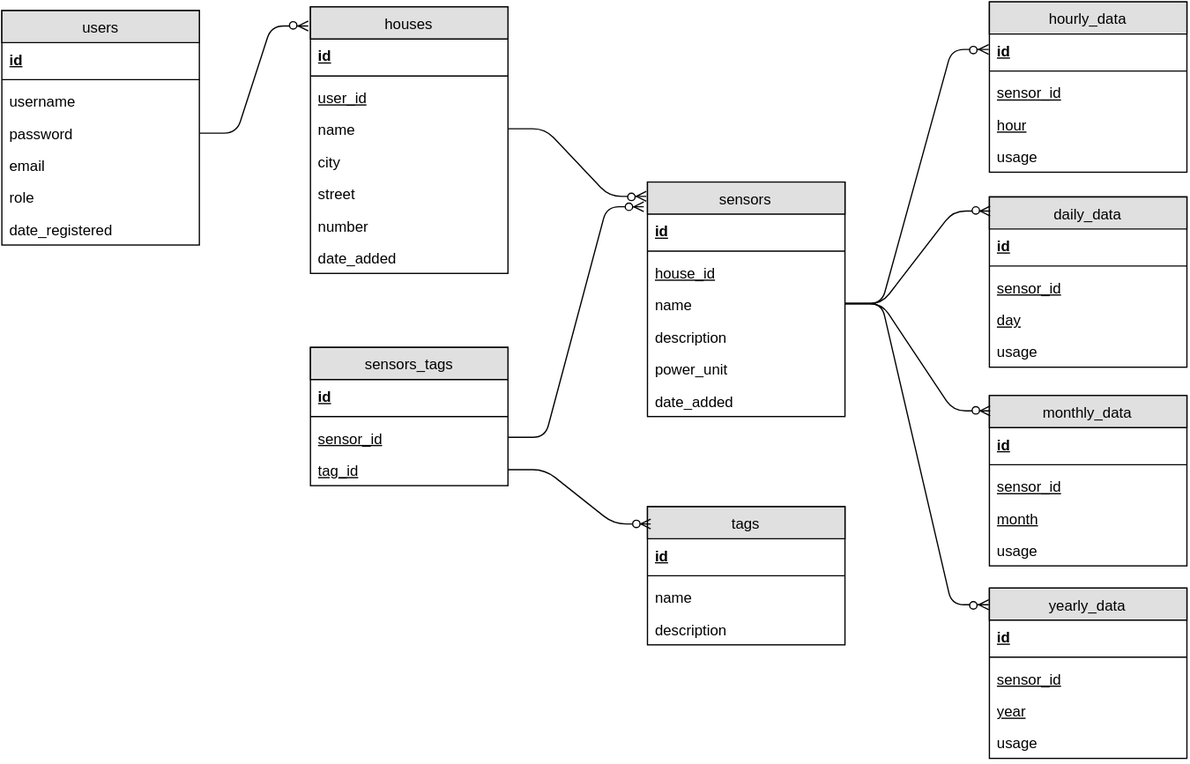
The draw.io diagram doc/erd/SmartHome_ERD.svg in Squarific/SmartHome, before a commit. Source tidied: cells renumbered, new cells last; positions are measured from the earlier drawing's top-left corner, leaving out a move shared by most shapes.
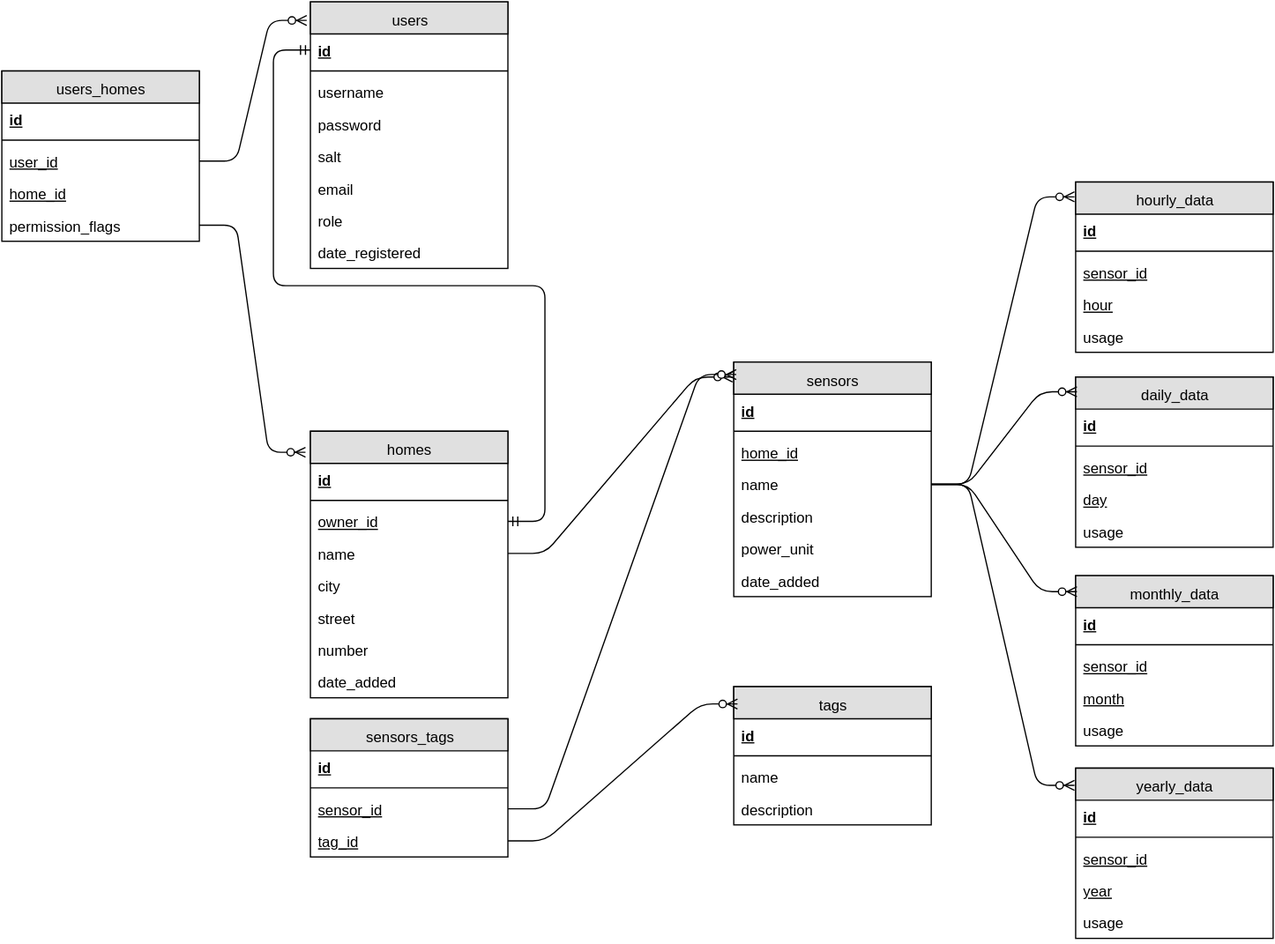
Above is the later version.

Diff of the diagram source:
```diff
@@ -3,7 +3,7 @@
     <mxCell id="0" />
     <mxCell id="1" parent="0" />
     <mxCell id="2" value="users" style="swimlane;html=1;fontStyle=0;horizontal=1;startSize=26;fillColor=#e0e0e0;swimlaneFillColor=#ffffff;" parent="1" vertex="1">
-      <mxGeometry y="7" width="160" height="190" as="geometry" />
+      <mxGeometry x="180" y="-146" width="160" height="216" as="geometry" />
     </mxCell>
     <mxCell id="3" value="id" style="text;html=1;strokeColor=none;fillColor=none;spacingLeft=4;spacingRight=4;whiteSpace=wrap;overflow=hidden;points=[[0,0.5],[1,0.5]];portConstraint=eastwest;fontStyle=5;" parent="2" vertex="1">
       <mxGeometry y="26" width="160" height="26" as="geometry" />
@@ -17,17 +17,20 @@
     <mxCell id="6" value="password" style="text;html=1;strokeColor=none;fillColor=none;spacingLeft=4;spacingRight=4;whiteSpace=wrap;overflow=hidden;points=[[0,0.5],[1,0.5]];portConstraint=eastwest;" parent="2" vertex="1">
       <mxGeometry y="86" width="160" height="26" as="geometry" />
     </mxCell>
+    <mxCell id="69" value="salt" style="text;html=1;strokeColor=none;fillColor=none;spacingLeft=4;spacingRight=4;whiteSpace=wrap;overflow=hidden;" parent="2" vertex="1">
+      <mxGeometry y="112" width="160" height="26" as="geometry" />
+    </mxCell>
     <mxCell id="7" value="email" style="text;html=1;strokeColor=none;fillColor=none;spacingLeft=4;spacingRight=4;whiteSpace=wrap;overflow=hidden;" parent="2" vertex="1">
-      <mxGeometry y="112" width="160" height="26" as="geometry" />
+      <mxGeometry y="138" width="160" height="26" as="geometry" />
     </mxCell>
     <mxCell id="8" value="role" style="text;html=1;strokeColor=none;fillColor=none;spacingLeft=4;spacingRight=4;whiteSpace=wrap;overflow=hidden;" parent="2" vertex="1">
-      <mxGeometry y="138" width="160" height="26" as="geometry" />
+      <mxGeometry y="164" width="160" height="26" as="geometry" />
     </mxCell>
     <mxCell id="9" value="&lt;span&gt;date_&lt;/span&gt;registered" style="text;html=1;strokeColor=none;fillColor=none;spacingLeft=4;spacingRight=4;whiteSpace=wrap;overflow=hidden;" parent="2" vertex="1">
-      <mxGeometry y="164" width="160" height="26" as="geometry" />
+      <mxGeometry y="190" width="160" height="26" as="geometry" />
     </mxCell>
-    <mxCell id="10" value="houses" style="swimlane;html=1;fontStyle=0;horizontal=1;startSize=26;fillColor=#e0e0e0;swimlaneFillColor=#ffffff;" parent="1" vertex="1">
-      <mxGeometry x="250" y="4" width="160" height="216" as="geometry" />
+    <mxCell id="10" value="homes" style="swimlane;html=1;fontStyle=0;horizontal=1;startSize=26;fillColor=#e0e0e0;swimlaneFillColor=#ffffff;" parent="1" vertex="1">
+      <mxGeometry x="180" y="202" width="160" height="216" as="geometry" />
     </mxCell>
     <mxCell id="11" value="id" style="text;html=1;strokeColor=none;fillColor=none;spacingLeft=4;spacingRight=4;whiteSpace=wrap;overflow=hidden;fontStyle=5;" parent="10" vertex="1">
       <mxGeometry y="26" width="160" height="26" as="geometry" />
@@ -35,9 +38,9 @@
     <mxCell id="12" style="line;html=1;strokeWidth=1;fillColor=none;align=left;verticalAlign=middle;spacingTop=-1;spacingLeft=3;spacingRight=3;labelPosition=right;" parent="10" vertex="1">
       <mxGeometry y="52" width="160" height="8" as="geometry" />
     </mxCell>
-    <mxCell id="13" value="user_id" style="text;html=1;strokeColor=none;fillColor=none;spacingLeft=4;spacingRight=4;whiteSpace=wrap;overflow=hidden;points=[[0,0.5],[1,0.5]];portConstraint=eastwest;fontStyle=4;" parent="10" vertex="1">
-      <mxGeometry y="60" width="160" height="26" as="geometry" />
-    </mxCell>
+    <mxCell id="70" value="owner_id" style="text;html=1;strokeColor=none;fillColor=none;spacingLeft=4;spacingRight=4;whiteSpace=wrap;overflow=hidden;points=[[0,0.5],[1,0.5]];portConstraint=eastwest;fontStyle=4;" parent="10" vertex="1">
+      <mxGeometry y="60" width="160" height="26" as="geometry" />
+    </mxCell>
     <mxCell id="14" value="name" style="text;html=1;strokeColor=none;fillColor=none;spacingLeft=4;spacingRight=4;whiteSpace=wrap;overflow=hidden;points=[[0,0.5],[1,0.5]];portConstraint=eastwest;" parent="10" vertex="1">
       <mxGeometry y="86" width="160" height="26" as="geometry" />
     </mxCell>
@@ -62,7 +65,7 @@
     <mxCell id="21" style="line;html=1;strokeWidth=1;fillColor=none;align=left;verticalAlign=middle;spacingTop=-1;spacingLeft=3;spacingRight=3;labelPosition=right;" parent="19" vertex="1">
       <mxGeometry y="52" width="160" height="8" as="geometry" />
     </mxCell>
-    <mxCell id="22" value="house_id" style="text;html=1;strokeColor=none;fillColor=none;spacingLeft=4;spacingRight=4;whiteSpace=wrap;overflow=hidden;fontStyle=4;" parent="19" vertex="1">
+    <mxCell id="22" value="home_id" style="text;html=1;strokeColor=none;fillColor=none;spacingLeft=4;spacingRight=4;whiteSpace=wrap;overflow=hidden;fontStyle=4;" parent="19" vertex="1">
       <mxGeometry y="60" width="160" height="26" as="geometry" />
     </mxCell>
     <mxCell id="23" value="name" style="text;html=1;strokeColor=none;fillColor=none;spacingLeft=4;spacingRight=4;whiteSpace=wrap;overflow=hidden;points=[[0,0.5],[1,0.5]];portConstraint=eastwest;" parent="19" vertex="1">
@@ -149,14 +152,13 @@
     <mxCell id="50" value="usage" style="text;html=1;strokeColor=none;fillColor=none;spacingLeft=4;spacingRight=4;whiteSpace=wrap;overflow=hidden;" parent="45" vertex="1">
       <mxGeometry y="112" width="160" height="26" as="geometry" />
     </mxCell>
-    <mxCell id="51" style="edgeStyle=entityRelationEdgeStyle;html=1;endArrow=ERzeroToMany;endFill=1;exitX=1;exitY=0.5;entryX=0;entryY=0.5;" parent="1" edge="1" source="23" target="46">
+    <mxCell id="51" style="edgeStyle=entityRelationEdgeStyle;html=1;endArrow=ERzeroToMany;endFill=1;exitX=1;exitY=0.5;entryX=-0.006;entryY=0.087;entryPerimeter=0;" parent="1" edge="1" source="23" target="45">
       <mxGeometry relative="1" as="geometry" />
     </mxCell>
-    <mxCell id="52" style="edgeStyle=entityRelationEdgeStyle;html=1;endArrow=ERzeroToMany;endFill=1;exitX=1;exitY=0.5;entryX=-0.012;entryY=0.069;entryPerimeter=0;" parent="1" edge="1" source="6" target="10">
-      <mxGeometry relative="1" as="geometry" />
-    </mxCell>
-    <mxCell id="53" style="edgeStyle=entityRelationEdgeStyle;html=1;endArrow=ERzeroToMany;endFill=1;exitX=1;exitY=0.5;entryX=-0.006;entryY=0.063;entryPerimeter=0;" parent="1" edge="1" source="14" target="19">
-      <mxGeometry relative="1" as="geometry" />
+    <mxCell id="53" style="edgeStyle=entityRelationEdgeStyle;html=1;endArrow=ERzeroToMany;endFill=1;exitX=1;exitY=0.5;" parent="1" edge="1" source="14">
+      <mxGeometry relative="1" as="geometry">
+        <mxPoint x="522" y="158" as="targetPoint" />
+      </mxGeometry>
     </mxCell>
     <mxCell id="54" style="edgeStyle=entityRelationEdgeStyle;html=1;endArrow=ERzeroToMany;endFill=1;exitX=1;exitY=0.5;entryX=-0.006;entryY=0.101;entryPerimeter=0;" parent="1" edge="1" source="23" target="27">
       <mxGeometry relative="1" as="geometry" />
@@ -183,7 +185,7 @@
       <mxGeometry y="86" width="160" height="26" as="geometry" />
     </mxCell>
     <mxCell id="62" value="&lt;div&gt;&lt;span style=&quot;line-height: 1.2&quot;&gt;sensors_tags&lt;/span&gt;&lt;br&gt;&lt;/div&gt;" style="swimlane;html=1;fontStyle=0;horizontal=1;startSize=26;fillColor=#e0e0e0;swimlaneFillColor=#ffffff;" parent="1" vertex="1">
-      <mxGeometry x="250" y="280" width="160" height="112" as="geometry" />
+      <mxGeometry x="180" y="435" width="160" height="112" as="geometry" />
     </mxCell>
     <mxCell id="63" value="id" style="text;html=1;strokeColor=none;fillColor=none;spacingLeft=4;spacingRight=4;whiteSpace=wrap;overflow=hidden;fontStyle=5;" parent="62" vertex="1">
       <mxGeometry y="26" width="160" height="26" as="geometry" />
@@ -200,10 +202,35 @@
     <mxCell id="67" style="edgeStyle=entityRelationEdgeStyle;html=1;endArrow=ERzeroToMany;endFill=1;entryX=0.019;entryY=0.125;entryPerimeter=0;exitX=1;exitY=0.5;" parent="1" edge="1" source="66" target="57">
       <mxGeometry relative="1" as="geometry" />
     </mxCell>
-    <mxCell id="68" style="edgeStyle=entityRelationEdgeStyle;html=1;endArrow=ERzeroToMany;endFill=1;exitX=1;exitY=0.5;" parent="1" edge="1" source="65">
-      <mxGeometry x="530" y="443" as="geometry">
-        <mxPoint x="520" y="166" as="targetPoint" />
-      </mxGeometry>
+    <mxCell id="68" style="edgeStyle=entityRelationEdgeStyle;html=1;endArrow=ERzeroToMany;endFill=1;exitX=1;exitY=0.5;entryX=0.013;entryY=0.053;entryPerimeter=0;" parent="1" edge="1" source="65" target="19">
+      <mxGeometry x="530" y="503" as="geometry" />
     </mxCell>
+    <mxCell id="71" value="&lt;div&gt;&lt;span style=&quot;line-height: 1.2&quot;&gt;users_homes&lt;/span&gt;&lt;br&gt;&lt;/div&gt;" style="swimlane;html=1;fontStyle=0;horizontal=1;startSize=26;fillColor=#e0e0e0;swimlaneFillColor=#ffffff;" parent="1" vertex="1">
+      <mxGeometry x="-70" y="-90" width="160" height="138" as="geometry" />
+    </mxCell>
+    <mxCell id="72" value="id" style="text;html=1;strokeColor=none;fillColor=none;spacingLeft=4;spacingRight=4;whiteSpace=wrap;overflow=hidden;fontStyle=5;" parent="71" vertex="1">
+      <mxGeometry y="26" width="160" height="26" as="geometry" />
+    </mxCell>
+    <mxCell id="73" style="line;html=1;strokeWidth=1;fillColor=none;align=left;verticalAlign=middle;spacingTop=-1;spacingLeft=3;spacingRight=3;labelPosition=right;" parent="71" vertex="1">
+      <mxGeometry y="52" width="160" height="8" as="geometry" />
+    </mxCell>
+    <mxCell id="13" value="user_id" style="text;html=1;strokeColor=none;fillColor=none;spacingLeft=4;spacingRight=4;whiteSpace=wrap;overflow=hidden;points=[[0,0.5],[1,0.5]];portConstraint=eastwest;fontStyle=4;" parent="71" vertex="1">
+      <mxGeometry y="60" width="160" height="26" as="geometry" />
+    </mxCell>
+    <mxCell id="74" value="home_id" style="text;html=1;strokeColor=none;fillColor=none;spacingLeft=4;spacingRight=4;whiteSpace=wrap;overflow=hidden;fontStyle=4;" parent="71" vertex="1">
+      <mxGeometry y="86" width="160" height="26" as="geometry" />
+    </mxCell>
+    <mxCell id="75" value="permission_flags" style="text;html=1;strokeColor=none;fillColor=none;spacingLeft=4;spacingRight=4;whiteSpace=wrap;overflow=hidden;points=[[0,0.5],[1,0.5]];portConstraint=eastwest;fontStyle=0;" parent="71" vertex="1">
+      <mxGeometry y="112" width="160" height="26" as="geometry" />
+    </mxCell>
+    <mxCell id="76" style="edgeStyle=entityRelationEdgeStyle;html=1;endArrow=ERzeroToMany;endFill=1;exitX=1;exitY=0.5;entryX=-0.019;entryY=0.068;entryPerimeter=0;" parent="1" edge="1" source="13" target="2">
+      <mxGeometry x="238" y="74" as="geometry" />
+    </mxCell>
+    <mxCell id="77" style="edgeStyle=entityRelationEdgeStyle;html=1;endArrow=ERzeroToMany;endFill=1;exitX=1;exitY=0.5;entryX=-0.025;entryY=0.079;entryPerimeter=0;" parent="1" edge="1" source="75" target="10">
+      <mxGeometry x="234" y="291" as="geometry" />
+    </mxCell>
+    <mxCell id="78" style="edgeStyle=entityRelationEdgeStyle;html=1;endArrow=ERmandOne;startArrow=ERmandOne;rounded=1;entryX=0;entryY=0.5;" parent="1" edge="1" source="70" target="3">
+      <mxGeometry relative="1" as="geometry" />
+    </mxCell>
   </root>
 </mxGraphModel>
```
